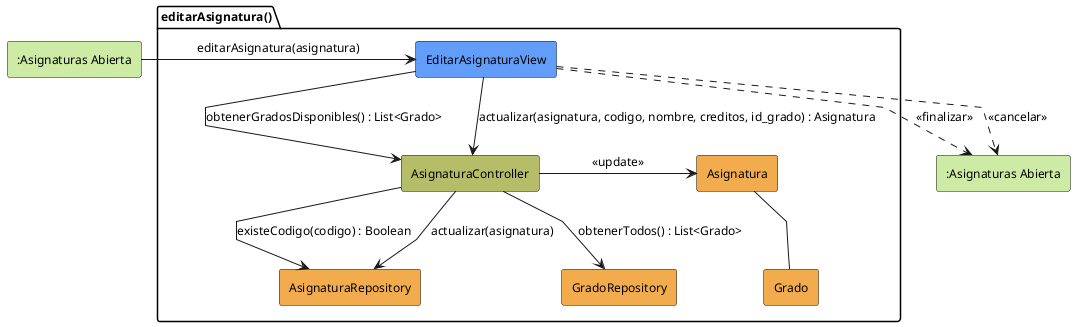
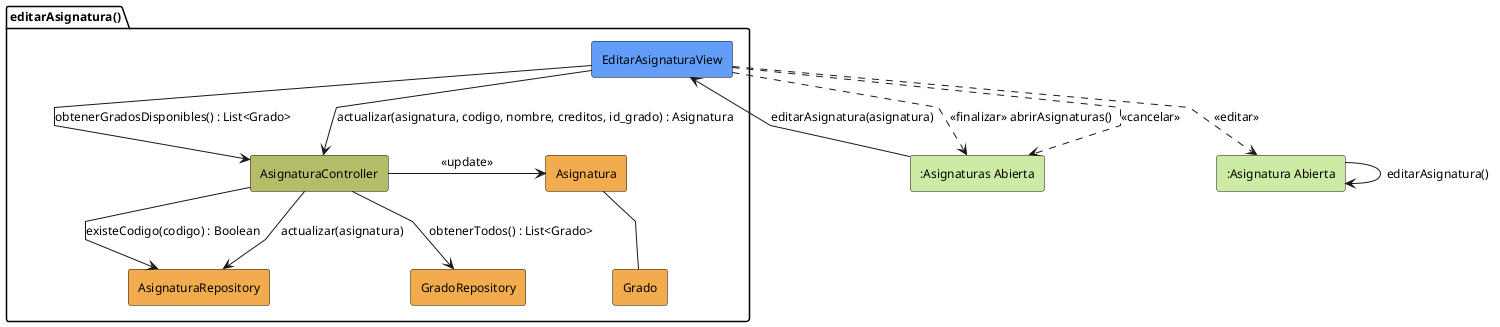
@startuml editarAsignatura-analisis
skinparam backgroundColor white
skinparam shadowing false
skinparam DefaultFontColor black
skinparam DefaultFontSize 12
skinparam linetype polyline

rectangle #CDEBA5 ":Asignaturas Abierta" as AsignaturasAbierto
+ rectangle #CDEBA5 ":Asignatura Abierta" as AsignaturaAbierto

package editarAsignatura as "editarAsignatura()" {
    rectangle #629EF9 EditarAsignaturaView
    rectangle #b5bd68 AsignaturaController
    rectangle #F2AC4E AsignaturaRepository
    rectangle #F2AC4E GradoRepository
    rectangle #F2AC4E Asignatura
    rectangle #F2AC4E Grado
}
- 
- rectangle #CDEBA5 ":Asignaturas Abierta" as AsignaturasAbiertoSalida

AsignaturasAbierto -r-> EditarAsignaturaView: editarAsignatura(asignatura)

EditarAsignaturaView -d-> AsignaturaController: obtenerGradosDisponibles() : List<Grado>
AsignaturaController -d-> GradoRepository: obtenerTodos() : List<Grado>

EditarAsignaturaView -d-> AsignaturaController: actualizar(asignatura, codigo, nombre, creditos, id_grado) : Asignatura

AsignaturaController -d-> AsignaturaRepository: existeCodigo(codigo) : Boolean
AsignaturaController -r-> Asignatura: <<update>>
AsignaturaController -d-> AsignaturaRepository: actualizar(asignatura)

Asignatura -- Grado

- EditarAsignaturaView ..> AsignaturasAbiertoSalida: <<finalizar>>
- EditarAsignaturaView ..> AsignaturasAbiertoSalida: <<cancelar>>
+ EditarAsignaturaView ..> AsignaturaAbierto: <<editar>>
+ AsignaturaAbierto --> AsignaturaAbierto: editarAsignatura()
+ 
+ EditarAsignaturaView ..> AsignaturasAbierto: <<finalizar>> abrirAsignaturas()
+ EditarAsignaturaView ..> AsignaturasAbierto: <<cancelar>>

@enduml
